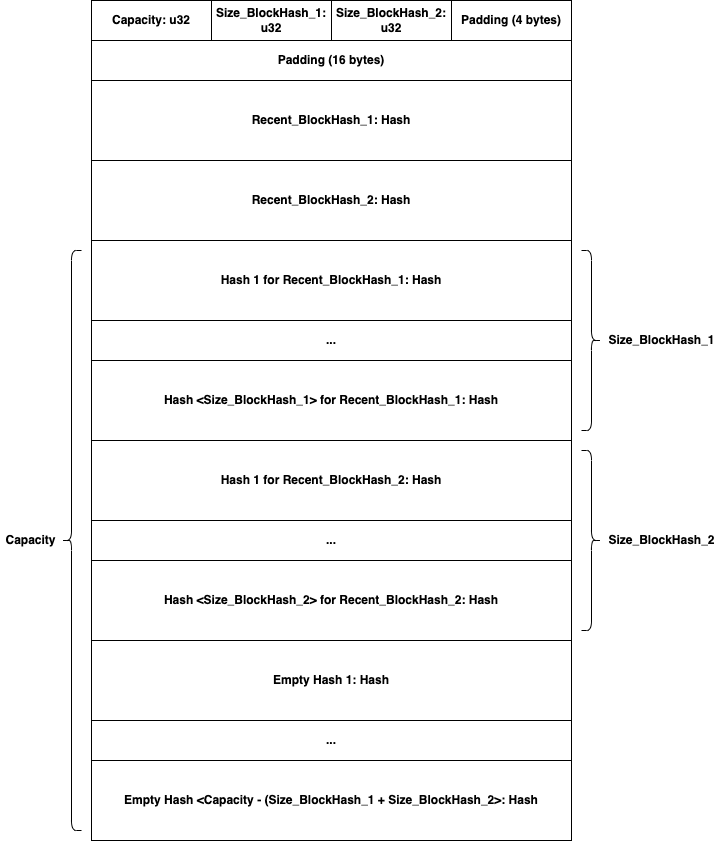
This is src/user_data_storage/documentation/HashStorage_Memory_Layout.png from Bonsuano/compto, a draw.io export, as it was before one commit. Source tidied: cells renumbered, new cells last; positions are measured from the earlier drawing's top-left corner, leaving out a move shared by most shapes.
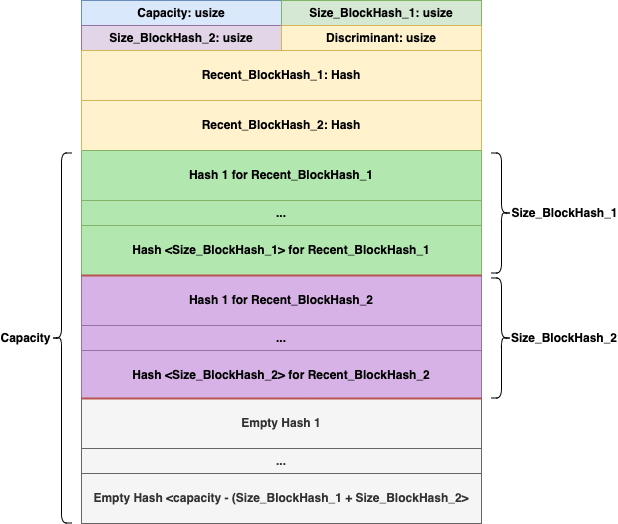
Above is the later version.

Commit message:
Hash storage tests and docs (#11)

Diff of the diagram source:
```diff
@@ -2,71 +2,92 @@
   <root>
     <mxCell id="0" />
     <mxCell id="1" parent="0" />
+    <mxCell id="24" value="Discriminant: usize" style="rounded=0;whiteSpace=wrap;html=1;fillColor=#fff2cc;strokeColor=#d6b656;fontStyle=1;" parent="1" vertex="1">
+      <mxGeometry x="371" y="72" width="200" height="25" as="geometry" />
+    </mxCell>
-    <mxCell id="2" value="Capacity: u32" style="rounded=0;whiteSpace=wrap;html=1;fillColor=#FFFFFF;strokeColor=#000000;fontColor=#000000;fontStyle=1;" parent="1" vertex="1">
-      <mxGeometry x="91" width="120" height="40" as="geometry" />
+    <mxCell id="2" value="Capacity: usize" style="rounded=0;whiteSpace=wrap;html=1;fillColor=#dae8fc;strokeColor=#6c8ebf;fontStyle=1;" parent="1" vertex="1">
+      <mxGeometry x="171" y="47" width="200" height="25" as="geometry" />
     </mxCell>
-    <mxCell id="3" value="Size_BlockHash_1: u32" style="rounded=0;whiteSpace=wrap;html=1;strokeColor=#000000;align=center;verticalAlign=middle;fontFamily=Helvetica;fontSize=12;fontColor=#000000;fillColor=#FFFFFF;fontStyle=1;" parent="1" vertex="1">
-      <mxGeometry x="211" width="120" height="40" as="geometry" />
-    </mxCell>
-    <mxCell id="4" value="Size_BlockHash_2&lt;span style=&quot;background-color: initial;&quot;&gt;: u32&lt;/span&gt;" style="rounded=0;whiteSpace=wrap;html=1;strokeColor=#000000;align=center;verticalAlign=middle;fontFamily=Helvetica;fontSize=12;fontColor=#000000;fillColor=#FFFFFF;fontStyle=1;" parent="1" vertex="1">
-      <mxGeometry x="331" width="120" height="40" as="geometry" />
-    </mxCell>
-    <mxCell id="5" value="Padding (4 bytes)" style="rounded=0;whiteSpace=wrap;html=1;strokeColor=#000000;align=center;verticalAlign=middle;fontFamily=Helvetica;fontSize=12;fontColor=#000000;fillColor=#FFFFFF;fontStyle=1;" parent="1" vertex="1">
-      <mxGeometry x="451" width="120" height="40" as="geometry" />
-    </mxCell>
-    <mxCell id="6" value="Padding (16 bytes)" style="rounded=0;whiteSpace=wrap;html=1;strokeColor=#000000;align=center;verticalAlign=middle;fontFamily=Helvetica;fontSize=12;fontColor=#000000;fillColor=#FFFFFF;fontStyle=1;" parent="1" vertex="1">
-      <mxGeometry x="91" y="40" width="480" height="40" as="geometry" />
-    </mxCell>
-    <mxCell id="7" value="Recent_BlockHash_1: Hash" style="rounded=0;whiteSpace=wrap;html=1;strokeColor=#000000;align=center;verticalAlign=middle;fontFamily=Helvetica;fontSize=12;fontColor=#000000;fillColor=#FFFFFF;fontStyle=1;" parent="1" vertex="1">
-      <mxGeometry x="91" y="80" width="480" height="80" as="geometry" />
+    <mxCell id="7" value="Recent_BlockHash_1: Hash" style="rounded=0;whiteSpace=wrap;html=1;strokeColor=#d6b656;align=center;verticalAlign=middle;fontFamily=Helvetica;fontSize=12;fillColor=#fff2cc;fontStyle=1;fillStyle=solid;" parent="1" vertex="1">
+      <mxGeometry x="171" y="97" width="400" height="50" as="geometry" />
     </mxCell>
-    <mxCell id="8" value="Recent_BlockHash_2&lt;span style=&quot;background-color: initial;&quot;&gt;: Hash&lt;/span&gt;" style="rounded=0;whiteSpace=wrap;html=1;strokeColor=#000000;align=center;verticalAlign=middle;fontFamily=Helvetica;fontSize=12;fontColor=#000000;fillColor=#FFFFFF;fontStyle=1;" parent="1" vertex="1">
-      <mxGeometry x="91" y="160" width="480" height="80" as="geometry" />
+    <mxCell id="8" value="Recent_BlockHash_2&lt;span style=&quot;background-color: initial;&quot;&gt;: Hash&lt;/span&gt;" style="rounded=0;whiteSpace=wrap;html=1;strokeColor=#d6b656;align=center;verticalAlign=middle;fontFamily=Helvetica;fontSize=12;fillColor=#fff2cc;fontStyle=1;" parent="1" vertex="1">
+      <mxGeometry x="171" y="147" width="400" height="50" as="geometry" />
     </mxCell>
+    <mxCell id="25" style="edgeStyle=none;rounded=0;jettySize=auto;html=1;exitX=1;exitY=0;exitDx=0;exitDy=0;entryX=1;entryY=0;entryDx=0;entryDy=0;fillColor=#fff2cc;strokeColor=#d6b656;endArrow=none;endFill=0;" parent="1" edge="1" source="9" target="24">
+      <mxGeometry relative="1" as="geometry" />
+    </mxCell>
-    <mxCell id="9" value="Hash 1 for Recent_BlockHash_1: Hash" style="rounded=0;whiteSpace=wrap;html=1;strokeColor=#000000;align=center;verticalAlign=middle;fontFamily=Helvetica;fontSize=12;fontColor=#000000;fillColor=#FFFFFF;fontStyle=1;" parent="1" vertex="1">
-      <mxGeometry x="91" y="240" width="480" height="80" as="geometry" />
+    <mxCell id="9" value="Hash 1 for Recent_BlockHash_1" style="rounded=0;whiteSpace=wrap;html=1;strokeColor=#82b366;align=center;verticalAlign=middle;fontFamily=Helvetica;fontSize=12;fillColor=#B2E8B0;fontStyle=1;" parent="1" vertex="1">
+      <mxGeometry x="171" y="197" width="400" height="50" as="geometry" />
     </mxCell>
-    <mxCell id="10" value="Hash &amp;lt;Size_BlockHash_1&amp;gt; for Recent_BlockHash_1: Hash" style="rounded=0;whiteSpace=wrap;html=1;strokeColor=#000000;align=center;verticalAlign=middle;fontFamily=Helvetica;fontSize=12;fontColor=#000000;fillColor=#FFFFFF;fontStyle=1;" parent="1" vertex="1">
-      <mxGeometry x="91" y="360" width="480" height="80" as="geometry" />
+    <mxCell id="10" value="Hash &amp;lt;Size_BlockHash_1&amp;gt; for Recent_BlockHash_1" style="rounded=0;whiteSpace=wrap;html=1;strokeColor=#82b366;align=center;verticalAlign=middle;fontFamily=Helvetica;fontSize=12;fillColor=#B2E8B0;fontStyle=1;" parent="1" vertex="1">
+      <mxGeometry x="171" y="272" width="400" height="50" as="geometry" />
     </mxCell>
-    <mxCell id="11" value="..." style="rounded=0;whiteSpace=wrap;html=1;strokeColor=#000000;align=center;verticalAlign=middle;fontFamily=Helvetica;fontSize=12;fontColor=#000000;fillColor=#FFFFFF;fontStyle=1;" parent="1" vertex="1">
-      <mxGeometry x="91" y="320" width="480" height="40" as="geometry" />
-    </mxCell>
-    <mxCell id="12" value="Hash 1 for Recent_BlockHash_2: Hash" style="rounded=0;whiteSpace=wrap;html=1;strokeColor=#000000;align=center;verticalAlign=middle;fontFamily=Helvetica;fontSize=12;fontColor=#000000;fillColor=#FFFFFF;fontStyle=1;" parent="1" vertex="1">
-      <mxGeometry x="91" y="440" width="480" height="80" as="geometry" />
-    </mxCell>
-    <mxCell id="13" value="Hash &amp;lt;Size_BlockHash_2&amp;gt; for Recent_BlockHash_2: Hash" style="rounded=0;whiteSpace=wrap;html=1;strokeColor=#000000;align=center;verticalAlign=middle;fontFamily=Helvetica;fontSize=12;fontColor=#000000;fillColor=#FFFFFF;fontStyle=1;" parent="1" vertex="1">
-      <mxGeometry x="91" y="560" width="480" height="80" as="geometry" />
-    </mxCell>
-    <mxCell id="14" value="..." style="rounded=0;whiteSpace=wrap;html=1;strokeColor=#000000;align=center;verticalAlign=middle;fontFamily=Helvetica;fontSize=12;fontColor=#000000;fillColor=#FFFFFF;fontStyle=1;" parent="1" vertex="1">
-      <mxGeometry x="91" y="520" width="480" height="40" as="geometry" />
-    </mxCell>
-    <mxCell id="15" style="shape=curlyBracket;whiteSpace=wrap;html=1;rounded=1;flipH=1;labelPosition=right;verticalLabelPosition=middle;align=center;verticalAlign=middle;fontFamily=Helvetica;fontSize=12;size=0.5;shadow=0;fontStyle=1;labelBorderColor=none;labelBackgroundColor=#000000;fillStyle=auto;perimeterSpacing=0;direction=east;fixDash=0;comic=0;fillOpacity=100;fillColor=#FFFFFF;strokeColor=#000000;fontColor=#000000;" parent="1" vertex="1">
-      <mxGeometry x="581" y="250" width="20" height="180" as="geometry" />
-    </mxCell>
-    <mxCell id="16" style="shape=curlyBracket;whiteSpace=wrap;html=1;rounded=1;flipH=1;labelPosition=right;verticalLabelPosition=middle;align=center;verticalAlign=middle;strokeColor=#000000;fontFamily=Helvetica;fontSize=12;fontColor=#000000;fillColor=#FFFFFF;" parent="1" vertex="1">
-      <mxGeometry x="581" y="450" width="20" height="180" as="geometry" />
-    </mxCell>
+    <mxCell id="26" value="Size_BlockHash_1: usize" style="rounded=0;whiteSpace=wrap;html=1;fillColor=#d5e8d4;strokeColor=#82b366;fontStyle=1;" parent="1" vertex="1">
+      <mxGeometry x="371" y="47" width="200" height="25" as="geometry" />
+    </mxCell>
+    <mxCell id="27" value="Size_BlockHash_2: usize" style="rounded=0;whiteSpace=wrap;html=1;fillColor=#e1d5e7;strokeColor=#9673a6;fontStyle=1;" parent="1" vertex="1">
+      <mxGeometry x="171" y="72" width="200" height="25" as="geometry" />
+    </mxCell>
+    <mxCell id="28" value="..." style="rounded=0;whiteSpace=wrap;html=1;fillColor=#B2E8B0;strokeColor=#82b366;fontStyle=1;" parent="1" vertex="1">
+      <mxGeometry x="171" y="247" width="400" height="25" as="geometry" />
+    </mxCell>
+    <mxCell id="29" value="Hash 1 for Recent_BlockHash_2" style="rounded=0;whiteSpace=wrap;html=1;strokeColor=#9673a6;align=center;verticalAlign=middle;fontFamily=Helvetica;fontSize=12;fillColor=#D7B2E7;fontStyle=1;" parent="1" vertex="1">
+      <mxGeometry x="171" y="322" width="400" height="50" as="geometry" />
+    </mxCell>
+    <mxCell id="30" value="Hash &amp;lt;Size_BlockHash_2&amp;gt; for Recent_BlockHash_2" style="rounded=0;whiteSpace=wrap;html=1;strokeColor=#9673a6;align=center;verticalAlign=middle;fontFamily=Helvetica;fontSize=12;fillColor=#D7B2E7;fontStyle=1;" parent="1" vertex="1">
+      <mxGeometry x="171" y="397" width="400" height="50" as="geometry" />
+    </mxCell>
+    <mxCell id="31" value="..." style="rounded=0;whiteSpace=wrap;html=1;fillColor=#D7B2E7;strokeColor=#9673a6;fontStyle=1;" parent="1" vertex="1">
+      <mxGeometry x="171" y="372" width="400" height="25" as="geometry" />
+    </mxCell>
+    <mxCell id="32" value="Empty Hash 1" style="rounded=0;whiteSpace=wrap;html=1;strokeColor=#666666;align=center;verticalAlign=middle;fontFamily=Helvetica;fontSize=12;fillColor=#f5f5f5;fontStyle=1;fontColor=#333333;" parent="1" vertex="1">
+      <mxGeometry x="171" y="445" width="400" height="50" as="geometry" />
+    </mxCell>
+    <mxCell id="33" value="Empty Hash &amp;lt;capacity - (Size_BlockHash_1 + Size_BlockHash_2&amp;gt;" style="rounded=0;whiteSpace=wrap;html=1;strokeColor=#666666;align=center;verticalAlign=middle;fontFamily=Helvetica;fontSize=12;fillColor=#f5f5f5;fontStyle=1;fontColor=#333333;" parent="1" vertex="1">
+      <mxGeometry x="171" y="520" width="400" height="50" as="geometry" />
+    </mxCell>
+    <mxCell id="34" value="..." style="rounded=0;whiteSpace=wrap;html=1;fillColor=#f5f5f5;strokeColor=#666666;fontStyle=1;fontColor=#333333;" parent="1" vertex="1">
+      <mxGeometry x="171" y="495" width="400" height="25" as="geometry" />
+    </mxCell>
+    <mxCell id="35" style="edgeStyle=none;rounded=0;jettySize=auto;html=1;exitX=1;exitY=0;exitDx=0;exitDy=0;entryX=1;entryY=1;entryDx=0;entryDy=0;fillColor=#fff2cc;strokeColor=#d6b656;endArrow=none;endFill=0;" parent="1" edge="1" source="27" target="26">
+      <mxGeometry relative="1" as="geometry" />
+    </mxCell>
+    <mxCell id="36" style="edgeStyle=none;rounded=0;jettySize=auto;html=1;exitX=0.5;exitY=0;exitDx=0;exitDy=0;fillColor=#fff2cc;strokeColor=#d6b656;endArrow=none;endFill=0;entryX=1;entryY=0;entryDx=0;entryDy=0;" parent="1" edge="1" source="7" target="27">
+      <mxGeometry relative="1" as="geometry" />
+    </mxCell>
+    <mxCell id="37" style="edgeStyle=none;rounded=0;orthogonalLoop=1;jettySize=auto;html=1;exitX=0;exitY=0;exitDx=0;exitDy=0;entryX=0.5;entryY=0;entryDx=0;entryDy=0;fillColor=#fff2cc;strokeColor=#d6b656;endArrow=none;endFill=0;" parent="1" edge="1" source="7" target="7">
+      <mxGeometry relative="1" as="geometry" />
+    </mxCell>
+    <mxCell id="38" style="edgeStyle=none;rounded=0;jettySize=auto;html=1;exitX=0;exitY=0;exitDx=0;exitDy=0;entryX=0;entryY=0;entryDx=0;entryDy=0;fillColor=#fff2cc;strokeColor=#d6b656;endArrow=none;endFill=0;" parent="1" edge="1" source="9" target="7">
+      <mxGeometry relative="1" as="geometry" />
+    </mxCell>
+    <mxCell id="39" style="edgeStyle=none;rounded=0;orthogonalLoop=1;jettySize=auto;html=1;exitX=1;exitY=0;exitDx=0;exitDy=0;entryX=0;entryY=0;entryDx=0;entryDy=0;fillColor=#f8cecc;strokeColor=#b85450;endArrow=none;endFill=0;strokeWidth=2;" parent="1" edge="1" source="29" target="29">
+      <mxGeometry relative="1" as="geometry" />
+    </mxCell>
+    <mxCell id="40" style="edgeStyle=none;rounded=0;orthogonalLoop=1;jettySize=auto;html=1;exitX=1;exitY=0;exitDx=0;exitDy=0;entryX=0;entryY=0;entryDx=0;entryDy=0;fillColor=#f8cecc;strokeColor=#b85450;endArrow=none;endFill=0;strokeWidth=2;" parent="1" edge="1">
+      <mxGeometry relative="1" as="geometry">
+        <mxPoint x="571" y="445" as="sourcePoint" />
+        <mxPoint x="171" y="445" as="targetPoint" />
+      </mxGeometry>
+    </mxCell>
+    <mxCell id="41" style="shape=curlyBracket;whiteSpace=wrap;html=1;rounded=1;flipH=1;labelPosition=right;verticalLabelPosition=middle;align=left;verticalAlign=middle;" parent="1" vertex="1">
+      <mxGeometry x="581" y="199.5" width="20" height="120" as="geometry" />
+    </mxCell>
-    <mxCell id="17" value="&amp;nbsp;Size_BlockHash_1&amp;nbsp;" style="text;strokeColor=none;fillColor=#FFFFFF;html=1;fontSize=12;fontStyle=1;verticalAlign=middle;align=center;fontFamily=Helvetica;fontColor=#000000;textShadow=0;rounded=0;shadow=0;labelBackgroundColor=#FFFFFF;labelBorderColor=none;" parent="1" vertex="1">
-      <mxGeometry x="611" y="320" width="100" height="40" as="geometry" />
+    <mxCell id="17" value="&lt;span style=&quot;font-weight: 700;&quot;&gt;Size_BlockHash_1&lt;/span&gt;" style="text;html=1;align=center;verticalAlign=middle;whiteSpace=wrap;rounded=0;" parent="1" vertex="1">
+      <mxGeometry x="601" y="244.5" width="107" height="30" as="geometry" />
     </mxCell>
+    <mxCell id="42" style="shape=curlyBracket;whiteSpace=wrap;html=1;rounded=1;flipH=1;labelPosition=right;verticalLabelPosition=middle;align=left;verticalAlign=middle;" parent="1" vertex="1">
+      <mxGeometry x="581" y="324.5" width="20" height="120" as="geometry" />
+    </mxCell>
-    <mxCell id="18" value="&amp;nbsp;Size_BlockHash_2&amp;nbsp;" style="text;strokeColor=#FFFFFF;fillColor=#FFFFFF;html=1;fontSize=12;fontStyle=1;verticalAlign=middle;align=center;fontFamily=Helvetica;fontColor=#000000;labelBorderColor=none;labelBackgroundColor=#FFFFFF;" parent="1" vertex="1">
-      <mxGeometry x="611" y="520" width="100" height="40" as="geometry" />
+    <mxCell id="18" value="&lt;span style=&quot;font-weight: 700;&quot;&gt;Size_BlockHash_2&lt;/span&gt;" style="text;html=1;align=center;verticalAlign=middle;whiteSpace=wrap;rounded=0;" parent="1" vertex="1">
+      <mxGeometry x="601" y="369.5" width="106" height="30" as="geometry" />
     </mxCell>
-    <mxCell id="19" value="Empty Hash 1: Hash" style="rounded=0;whiteSpace=wrap;html=1;strokeColor=#000000;align=center;verticalAlign=middle;fontFamily=Helvetica;fontSize=12;fontColor=#000000;fillColor=#FFFFFF;fontStyle=1;" parent="1" vertex="1">
-      <mxGeometry x="91" y="640" width="480" height="80" as="geometry" />
-    </mxCell>
-    <mxCell id="20" value="Empty Hash &amp;lt;Capacity - (Size_BlockHash_1 + Size_BlockHash_2&amp;gt;: Hash" style="rounded=0;whiteSpace=wrap;html=1;strokeColor=#000000;align=center;verticalAlign=middle;fontFamily=Helvetica;fontSize=12;fontColor=#000000;fillColor=#FFFFFF;fontStyle=1;" parent="1" vertex="1">
-      <mxGeometry x="91" y="760" width="480" height="80" as="geometry" />
-    </mxCell>
-    <mxCell id="21" value="..." style="rounded=0;whiteSpace=wrap;html=1;strokeColor=#000000;align=center;verticalAlign=middle;fontFamily=Helvetica;fontSize=12;fontColor=#000000;fillColor=#FFFFFF;fontStyle=1;" parent="1" vertex="1">
-      <mxGeometry x="91" y="720" width="480" height="40" as="geometry" />
-    </mxCell>
-    <mxCell id="22" style="shape=curlyBracket;whiteSpace=wrap;html=1;rounded=1;labelPosition=left;verticalLabelPosition=middle;align=right;verticalAlign=middle;strokeColor=#000000;fontFamily=Helvetica;fontSize=12;fontColor=#000000;fillColor=#FFFFFF;" parent="1" vertex="1">
-      <mxGeometry x="61" y="250" width="20" height="580" as="geometry" />
-    </mxCell>
-    <mxCell id="23" value="&amp;nbsp;Capacity&amp;nbsp;" style="text;strokeColor=none;fillColor=#FFFFFF;html=1;fontSize=12;fontStyle=1;verticalAlign=middle;align=center;fontFamily=Helvetica;fontColor=#000000;labelBorderColor=none;labelBackgroundColor=#FFFFFF;" parent="1" vertex="1">
-      <mxGeometry y="520" width="60" height="40" as="geometry" />
+    <mxCell id="23" value="&lt;span style=&quot;font-weight: 700;&quot;&gt;Capacity&lt;/span&gt;" style="text;html=1;align=center;verticalAlign=middle;whiteSpace=wrap;rounded=0;" parent="1" vertex="1">
+      <mxGeometry x="90" y="369.5" width="51" height="30" as="geometry" />
     </mxCell>
+    <mxCell id="43" style="shape=curlyBracket;whiteSpace=wrap;html=1;rounded=1;labelPosition=left;verticalLabelPosition=middle;align=right;verticalAlign=middle;" parent="1" vertex="1">
+      <mxGeometry x="141" y="199.5" width="20" height="370" as="geometry" />
+    </mxCell>
   </root>
 </mxGraphModel>
```
